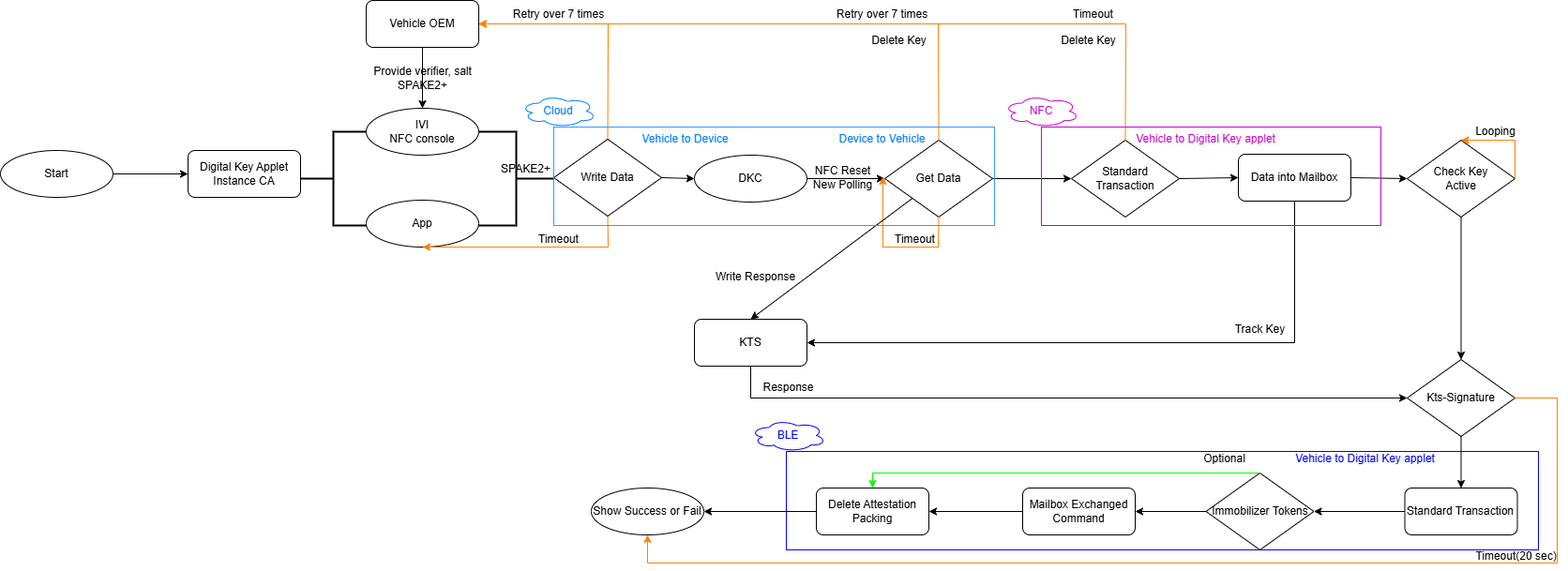
LaurenHsu31/DKC keeps this draw.io diagram as Present_OwnerParing.drawio.png. Above is the earlier version. Source tidied: cells renumbered, new cells last; positions are measured from the earlier drawing's top-left corner, leaving out a move shared by most shapes.
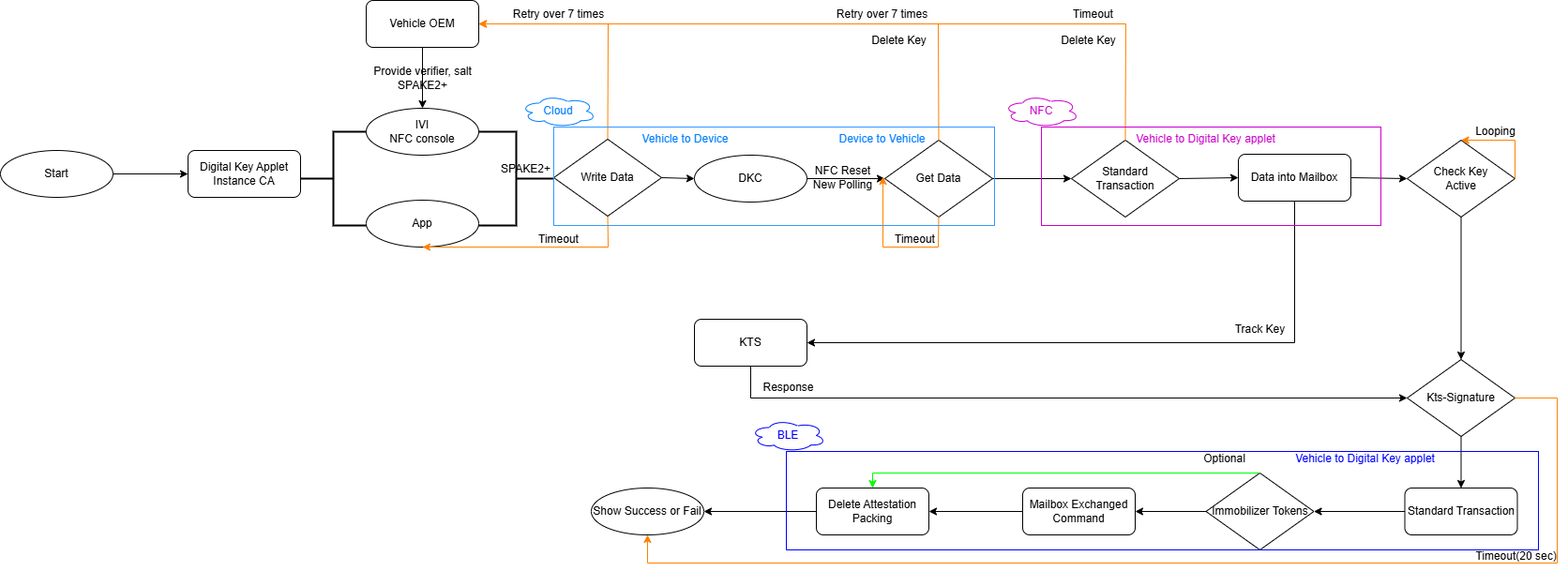
Above is the later version.

The edit, as a diff of the source:
```diff
@@ -97,12 +97,6 @@
     <mxCell id="27" value="KTS" style="rounded=1;whiteSpace=wrap;html=1;" parent="1" vertex="1">
       <mxGeometry x="740" y="340" width="120" height="50" as="geometry" />
     </mxCell>
-    <mxCell id="28" style="endArrow=classic;html=1;rounded=0;entryX=0.5;entryY=0;entryDx=0;entryDy=0;" parent="1" edge="1" source="20" target="27">
-      <mxGeometry relative="1" as="geometry" />
-    </mxCell>
-    <mxCell id="29" value="Write Response" style="text;html=1;align=center;verticalAlign=middle;strokeColor=none;fillColor=none;" parent="1" vertex="1">
-      <mxGeometry x="750" y="280" width="110" height="30" as="geometry" />
-    </mxCell>
     <mxCell id="30" value="Standard Transaction" style="rhombus;whiteSpace=wrap;html=1;" parent="1" vertex="1">
       <mxGeometry x="1142" y="149" width="115" height="82" as="geometry" />
     </mxCell>
```
